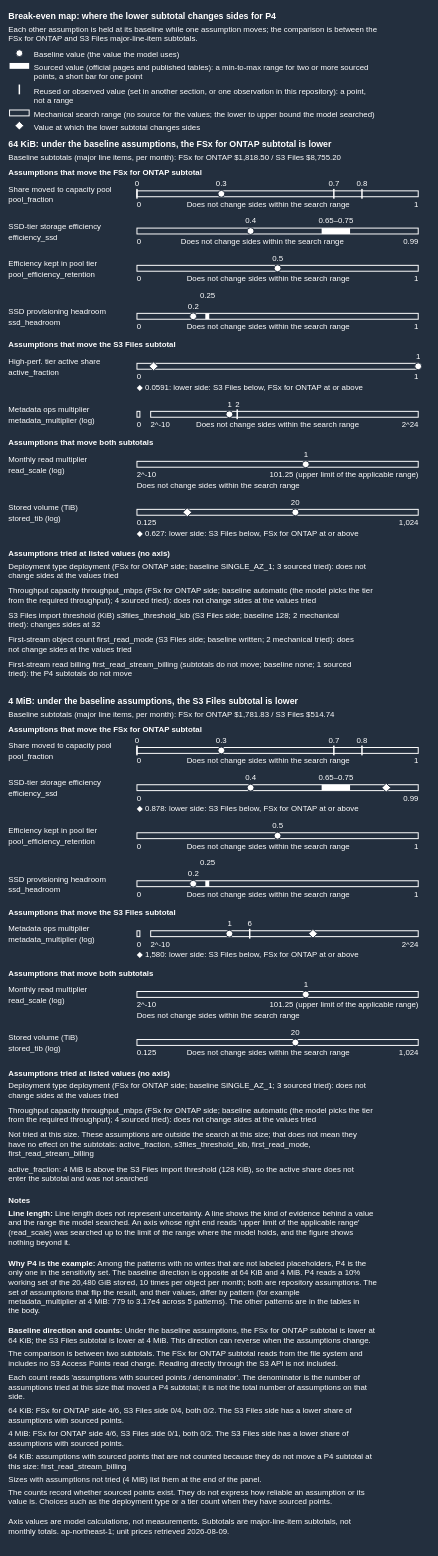
Above: docs/_assets/diagrams/s3burst-s3files-breakeven-map-en-dark.drawio in Yoshiki0705/S3-Burst-on-ONTAP-Files (draw.io), before the change. Source tidied: cells renumbered, new cells numbered last; positions are measured from the earlier drawing's top-left corner, leaving out a move shared by most shapes. Both pictures are drawn from the tidied source at 49%, with x=0, y=0 at pixel (8, 8).
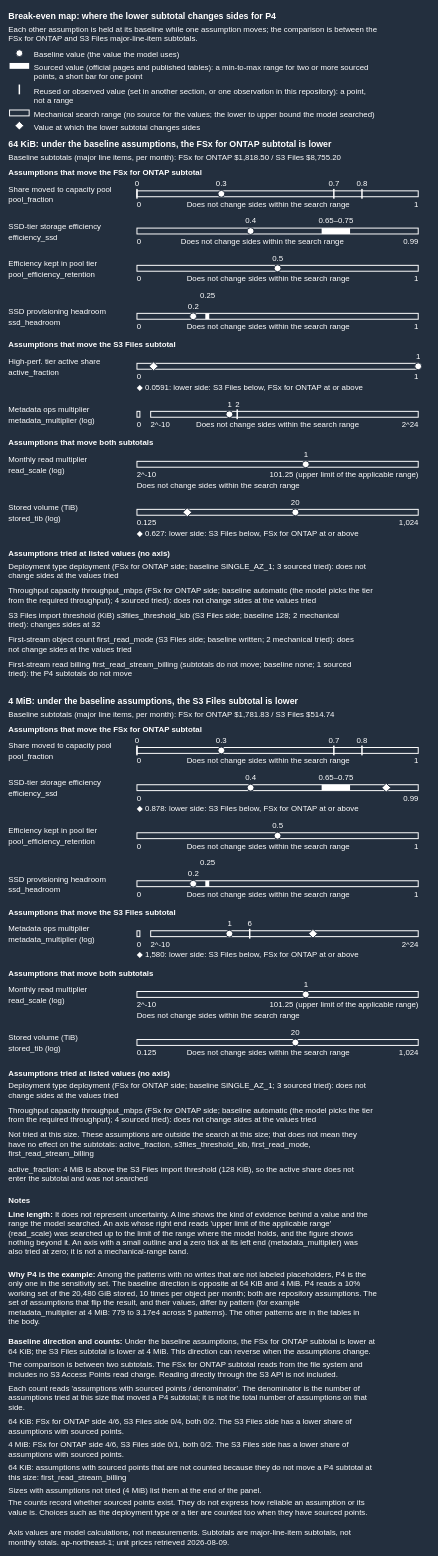
Above is the later version.

Commit message (it also covers changes not shown here):
fix: complete EN note sentence and explain zero tick in map

What changed in the source:
```diff
@@
-    <mxCell id="188" value="&lt;b&gt;Line length:&lt;/b&gt; Line length does not represent uncertainty. A line shows the kind of evidence behind a value&lt;br&gt;and the range the model searched. An axis whose right end reads &amp;#x27;upper limit of the applicable range&amp;#x27;&lt;br&gt;(read_scale) was searched up to the limit of the range where the model holds, and the figure shows&lt;br&gt;nothing beyond it." style="text;html=1;whiteSpace=nowrap;overflow=visible;align=left;verticalAlign=middle;spacing=0;spacingLeft=0;spacingRight=0;spacingTop=0;spacingBottom=0;fontSize=16;fontColor=#FFFFFF;fontStyle=0;" parent="1" vertex="1">
-      <mxGeometry y="2444" width="860" height="88" as="geometry" />
+    <mxCell id="188" value="&lt;b&gt;Line length:&lt;/b&gt; It does not represent uncertainty. A line shows the kind of evidence behind a value and the&lt;br&gt;range the model searched. An axis whose right end reads &amp;#x27;upper limit of the applicable range&amp;#x27;&lt;br&gt;(read_scale) was searched up to the limit of the range where the model holds, and the figure shows&lt;br&gt;nothing beyond it. An axis with a small outline and a zero tick at its left end (metadata_multiplier) was&lt;br&gt;also tried at zero; it is not a mechanical-range band." style="text;html=1;whiteSpace=nowrap;overflow=visible;align=left;verticalAlign=middle;spacing=0;spacingLeft=0;spacingRight=0;spacingTop=0;spacingBottom=0;fontSize=16;fontColor=#FFFFFF;fontStyle=0;" parent="1" vertex="1">
+      <mxGeometry y="2444" width="860" height="110" as="geometry" />
     </mxCell>
     <mxCell id="189" value="&lt;b&gt;Why P4 is the example:&lt;/b&gt; Among the patterns with no writes that are not labeled placeholders, P4 is the&lt;br&gt;only one in the sensitivity set. The baseline direction is opposite at 64 KiB and 4 MiB. P4 reads a 10%&lt;br&gt;working set of the 20,480 GiB stored, 10 times per object per month; both are repository assumptions. The&lt;br&gt;set of assumptions that flip the result, and their values, differ by pattern (for example&lt;br&gt;metadata_multiplier at 4 MiB: 779 to 3.17e4 across 5 patterns). The other patterns are in the tables in&lt;br&gt;the body." style="text;html=1;whiteSpace=nowrap;overflow=visible;align=left;verticalAlign=middle;spacing=0;spacingLeft=0;spacingRight=0;spacingTop=0;spacingBottom=0;fontSize=16;fontColor=#FFFFFF;fontStyle=0;" parent="1" vertex="1">
-      <mxGeometry y="2543" width="860" height="132" as="geometry" />
+      <mxGeometry y="2565" width="860" height="132" as="geometry" />
     </mxCell>
     <mxCell id="190" value="&lt;b&gt;Baseline direction and counts:&lt;/b&gt; Under the baseline assumptions, the FSx for ONTAP subtotal is lower at&lt;br&gt;64 KiB; the S3 Files subtotal is lower at 4 MiB. This direction can reverse when the assumptions change." style="text;html=1;whiteSpace=nowrap;overflow=visible;align=left;verticalAlign=middle;spacing=0;spacingLeft=0;spacingRight=0;spacingTop=0;spacingBottom=0;fontSize=16;fontColor=#FFFFFF;fontStyle=0;" parent="1" vertex="1">
-      <mxGeometry y="2686" width="860" height="44" as="geometry" />
+      <mxGeometry y="2708" width="860" height="44" as="geometry" />
     </mxCell>
     <mxCell id="191" value="The comparison is between two subtotals. The FSx for ONTAP subtotal reads from the file system and&lt;br&gt;includes no S3 Access Points read charge. Reading directly through the S3 API is not included." style="text;html=1;whiteSpace=nowrap;overflow=visible;align=left;verticalAlign=middle;spacing=0;spacingLeft=0;spacingRight=0;spacingTop=0;spacingBottom=0;fontSize=16;fontColor=#FFFFFF;fontStyle=0;" parent="1" vertex="1">
-      <mxGeometry y="2733" width="860" height="44" as="geometry" />
+      <mxGeometry y="2755" width="860" height="44" as="geometry" />
     </mxCell>
     <mxCell id="192" value="Each count reads &amp;#x27;assumptions with sourced points / denominator&amp;#x27;. The denominator is the number of&lt;br&gt;assumptions tried at this size that moved a P4 subtotal; it is not the total number of assumptions on that&lt;br&gt;side." style="text;html=1;whiteSpace=nowrap;overflow=visible;align=left;verticalAlign=middle;spacing=0;spacingLeft=0;spacingRight=0;spacingTop=0;spacingBottom=0;fontSize=16;fontColor=#FFFFFF;fontStyle=0;" parent="1" vertex="1">
-      <mxGeometry y="2780" width="860" height="66" as="geometry" />
+      <mxGeometry y="2802" width="860" height="66" as="geometry" />
     </mxCell>
     <mxCell id="193" value="64 KiB: FSx for ONTAP side 4/6, S3 Files side 0/4, both 0/2. The S3 Files side has a lower share of&lt;br&gt;assumptions with sourced points." style="text;html=1;whiteSpace=nowrap;overflow=visible;align=left;verticalAlign=middle;spacing=0;spacingLeft=0;spacingRight=0;spacingTop=0;spacingBottom=0;fontSize=16;fontColor=#FFFFFF;fontStyle=0;" parent="1" vertex="1">
-      <mxGeometry y="2849" width="860" height="44" as="geometry" />
+      <mxGeometry y="2871" width="860" height="44" as="geometry" />
     </mxCell>
     <mxCell id="194" value="4 MiB: FSx for ONTAP side 4/6, S3 Files side 0/1, both 0/2. The S3 Files side has a lower share of&lt;br&gt;assumptions with sourced points." style="text;html=1;whiteSpace=nowrap;overflow=visible;align=left;verticalAlign=middle;spacing=0;spacingLeft=0;spacingRight=0;spacingTop=0;spacingBottom=0;fontSize=16;fontColor=#FFFFFF;fontStyle=0;" parent="1" vertex="1">
-      <mxGeometry y="2896" width="860" height="44" as="geometry" />
+      <mxGeometry y="2918" width="860" height="44" as="geometry" />
     </mxCell>
     <mxCell id="195" value="64 KiB: assumptions with sourced points that are not counted because they do not move a P4 subtotal at&lt;br&gt;this size: first_read_stream_billing" style="text;html=1;whiteSpace=nowrap;overflow=visible;align=left;verticalAlign=middle;spacing=0;spacingLeft=0;spacingRight=0;spacingTop=0;spacingBottom=0;fontSize=16;fontColor=#FFFFFF;fontStyle=0;" parent="1" vertex="1">
-      <mxGeometry y="2943" width="860" height="44" as="geometry" />
+      <mxGeometry y="2965" width="860" height="44" as="geometry" />
     </mxCell>
     <mxCell id="196" value="Sizes with assumptions not tried (4 MiB) list them at the end of the panel." style="text;html=1;whiteSpace=nowrap;overflow=visible;align=left;verticalAlign=middle;spacing=0;spacingLeft=0;spacingRight=0;spacingTop=0;spacingBottom=0;fontSize=16;fontColor=#FFFFFF;fontStyle=0;" parent="1" vertex="1">
-      <mxGeometry y="2990" width="860" height="22" as="geometry" />
+      <mxGeometry y="3012" width="860" height="22" as="geometry" />
     </mxCell>
-    <mxCell id="197" value="The counts record whether sourced points exist. They do not express how reliable an assumption or its&lt;br&gt;value is. Choices such as the deployment type or a tier count when they have sourced points." style="text;html=1;whiteSpace=nowrap;overflow=visible;align=left;verticalAlign=middle;spacing=0;spacingLeft=0;spacingRight=0;spacingTop=0;spacingBottom=0;fontSize=16;fontColor=#FFFFFF;fontStyle=0;" parent="1" vertex="1">
-      <mxGeometry y="3015" width="860" height="44" as="geometry" />
+    <mxCell id="197" value="The counts record whether sourced points exist. They do not express how reliable an assumption or its&lt;br&gt;value is. Choices such as the deployment type or a tier are counted too when they have sourced points." style="text;html=1;whiteSpace=nowrap;overflow=visible;align=left;verticalAlign=middle;spacing=0;spacingLeft=0;spacingRight=0;spacingTop=0;spacingBottom=0;fontSize=16;fontColor=#FFFFFF;fontStyle=0;" parent="1" vertex="1">
+      <mxGeometry y="3037" width="860" height="44" as="geometry" />
     </mxCell>
     <mxCell id="198" value="Axis values are model calculations, not measurements. Subtotals are major-line-item subtotals, not&lt;br&gt;monthly totals. ap-northeast-1; unit prices retrieved 2026-08-09." style="text;html=1;whiteSpace=nowrap;overflow=visible;align=left;verticalAlign=middle;spacing=0;spacingLeft=0;spacingRight=0;spacingTop=0;spacingBottom=0;fontSize=16;fontColor=#FFFFFF;fontStyle=0;" parent="1" vertex="1">
-      <mxGeometry y="3076" width="860" height="44" as="geometry" />
+      <mxGeometry y="3098" width="860" height="44" as="geometry" />
     </mxCell>
```
